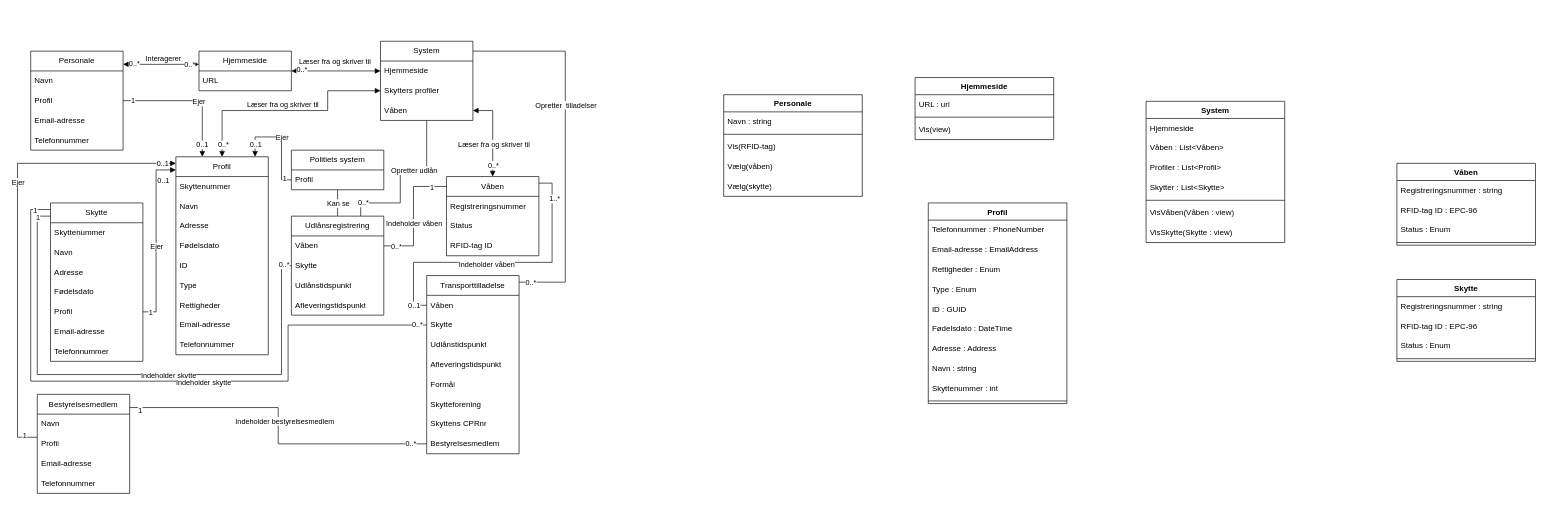
Earlier version of the draw.io diagram Class Model.drawio (BjornGrylls/Svendeprove-OOAD). Source tidied: cells renumbered, new cells numbered last; positions are measured from the earlier drawing's top-left corner, leaving out a move shared by most shapes. Both pictures are drawn from the tidied source at 66%, with x=0, y=0 at pixel (17, 41).
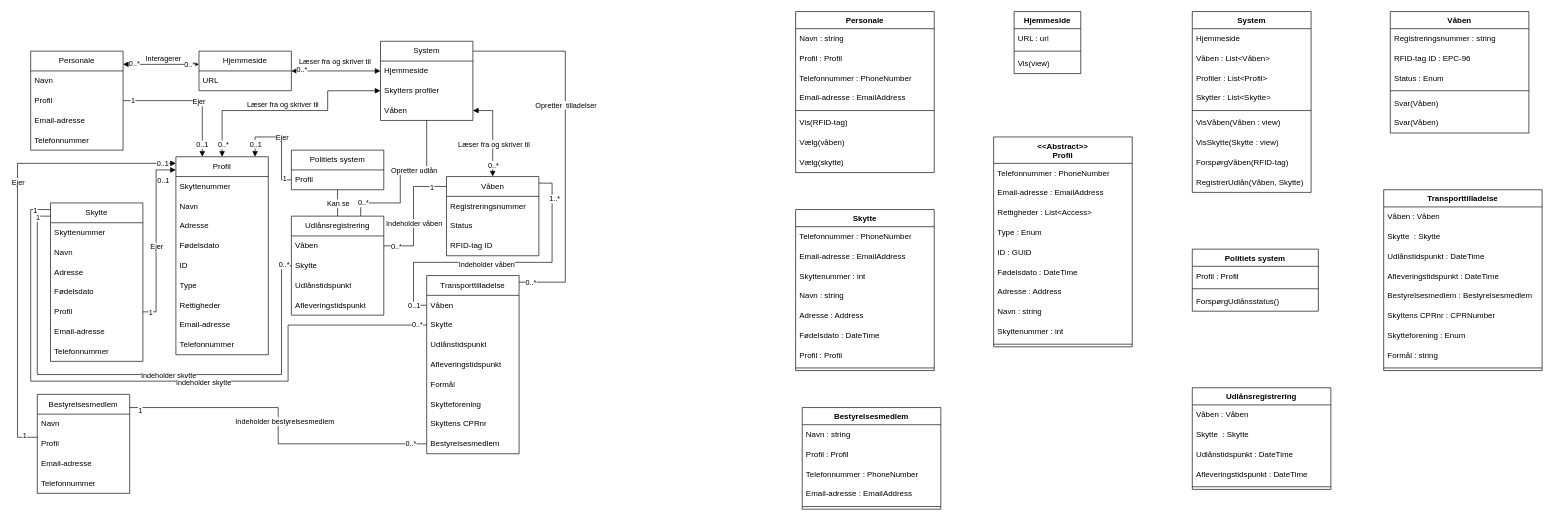
The same page after the edit.

The edit, as a diff of the source:
```diff
@@
-    <mxCell id="113" value="Profil" style="swimlane;fontStyle=1;align=center;verticalAlign=top;horizontal=1;startSize=26;whiteSpace=wrap;html=1;" parent="1" vertex="1">
-      <mxGeometry x="1380" y="245" width="210" height="304" as="geometry" />
+    <mxCell id="113" value="&amp;lt;&amp;lt;Abstract&amp;gt;&amp;gt;&lt;br&gt;Profil" style="swimlane;fontStyle=1;align=center;verticalAlign=top;horizontal=1;startSize=40;whiteSpace=wrap;html=1;" parent="1" vertex="1">
+      <mxGeometry x="1479" y="145" width="210" height="318" as="geometry" />
     </mxCell>
     <mxCell id="114" value="Telefonnummer : PhoneNumber" style="text;strokeColor=none;fillColor=none;align=left;verticalAlign=middle;spacingLeft=4;spacingRight=4;overflow=hidden;whiteSpace=wrap;html=1;" parent="113" vertex="1">
-      <mxGeometry y="26" width="210" height="30" as="geometry" />
+      <mxGeometry y="40" width="210" height="30" as="geometry" />
     </mxCell>
     <mxCell id="115" value="Email-adresse : EmailAddress" style="text;strokeColor=none;fillColor=none;align=left;verticalAlign=middle;spacingLeft=4;spacingRight=4;overflow=hidden;whiteSpace=wrap;html=1;" parent="113" vertex="1">
-      <mxGeometry y="56" width="210" height="30" as="geometry" />
+      <mxGeometry y="70" width="210" height="30" as="geometry" />
     </mxCell>
-    <mxCell id="116" value="Rettigheder : Enum" style="text;strokeColor=none;fillColor=none;align=left;verticalAlign=middle;spacingLeft=4;spacingRight=4;overflow=hidden;whiteSpace=wrap;html=1;" parent="113" vertex="1">
-      <mxGeometry y="86" width="210" height="30" as="geometry" />
+    <mxCell id="116" value="Rettigheder : List&amp;lt;Access&amp;gt;" style="text;strokeColor=none;fillColor=none;align=left;verticalAlign=middle;spacingLeft=4;spacingRight=4;overflow=hidden;whiteSpace=wrap;html=1;" parent="113" vertex="1">
+      <mxGeometry y="100" width="210" height="30" as="geometry" />
     </mxCell>
     <mxCell id="117" value="Type : Enum" style="text;strokeColor=none;fillColor=none;align=left;verticalAlign=middle;spacingLeft=4;spacingRight=4;overflow=hidden;whiteSpace=wrap;html=1;" parent="113" vertex="1">
-      <mxGeometry y="116" width="210" height="30" as="geometry" />
+      <mxGeometry y="130" width="210" height="30" as="geometry" />
     </mxCell>
     <mxCell id="118" value="ID : GUID" style="text;strokeColor=none;fillColor=none;align=left;verticalAlign=middle;spacingLeft=4;spacingRight=4;overflow=hidden;whiteSpace=wrap;html=1;" parent="113" vertex="1">
-      <mxGeometry y="146" width="210" height="30" as="geometry" />
+      <mxGeometry y="160" width="210" height="30" as="geometry" />
     </mxCell>
     <mxCell id="119" value="Fødelsdato : DateTime" style="text;strokeColor=none;fillColor=none;align=left;verticalAlign=middle;spacingLeft=4;spacingRight=4;overflow=hidden;whiteSpace=wrap;html=1;" parent="113" vertex="1">
-      <mxGeometry y="176" width="210" height="30" as="geometry" />
+      <mxGeometry y="190" width="210" height="30" as="geometry" />
     </mxCell>
     <mxCell id="120" value="Adresse : Address" style="text;strokeColor=none;fillColor=none;align=left;verticalAlign=middle;spacingLeft=4;spacingRight=4;overflow=hidden;whiteSpace=wrap;html=1;" parent="113" vertex="1">
-      <mxGeometry y="206" width="210" height="30" as="geometry" />
+      <mxGeometry y="220" width="210" height="30" as="geometry" />
     </mxCell>
     <mxCell id="121" value="Navn : string" style="text;strokeColor=none;fillColor=none;align=left;verticalAlign=middle;spacingLeft=4;spacingRight=4;overflow=hidden;whiteSpace=wrap;html=1;" parent="113" vertex="1">
-      <mxGeometry y="236" width="210" height="30" as="geometry" />
+      <mxGeometry y="250" width="210" height="30" as="geometry" />
     </mxCell>
     <mxCell id="122" value="Skyttenummer : int" style="text;strokeColor=none;fillColor=none;align=left;verticalAlign=middle;spacingLeft=4;spacingRight=4;overflow=hidden;whiteSpace=wrap;html=1;" parent="113" vertex="1">
-      <mxGeometry y="266" width="210" height="30" as="geometry" />
+      <mxGeometry y="280" width="210" height="30" as="geometry" />
     </mxCell>
     <mxCell id="123" style="line;strokeWidth=1;fillColor=none;align=left;verticalAlign=middle;spacingTop=-1;spacingLeft=3;spacingRight=3;labelPosition=right;strokeColor=inherit;" parent="113" vertex="1">
-      <mxGeometry y="296" width="210" height="8" as="geometry" />
+      <mxGeometry y="310" width="210" height="8" as="geometry" />
     </mxCell>
     <mxCell id="124" value="Hjemmeside" style="swimlane;fontStyle=1;align=center;verticalAlign=top;horizontal=1;startSize=26;whiteSpace=wrap;html=1;" parent="1" vertex="1">
-      <mxGeometry x="1360" y="55" width="210" height="94" as="geometry" />
+      <mxGeometry x="1510" y="-45" width="101" height="94" as="geometry" />
     </mxCell>
     <mxCell id="125" value="URL : url" style="text;strokeColor=none;fillColor=none;align=left;verticalAlign=middle;spacingLeft=4;spacingRight=4;overflow=hidden;whiteSpace=wrap;html=1;" parent="124" vertex="1">
-      <mxGeometry y="26" width="210" height="30" as="geometry" />
+      <mxGeometry y="26" width="101" height="30" as="geometry" />
     </mxCell>
     <mxCell id="126" style="line;strokeWidth=1;fillColor=none;align=left;verticalAlign=middle;spacingTop=-1;spacingLeft=3;spacingRight=3;labelPosition=right;strokeColor=inherit;" parent="124" vertex="1">
-      <mxGeometry y="56" width="210" height="8" as="geometry" />
+      <mxGeometry y="56" width="101" height="8" as="geometry" />
     </mxCell>
     <mxCell id="127" value="Vis(view)" style="text;strokeColor=none;fillColor=none;align=left;verticalAlign=middle;spacingLeft=4;spacingRight=4;overflow=hidden;whiteSpace=wrap;html=1;" parent="124" vertex="1">
-      <mxGeometry y="64" width="210" height="30" as="geometry" />
+      <mxGeometry y="64" width="101" height="30" as="geometry" />
     </mxCell>
     <mxCell id="128" value="Personale" style="swimlane;fontStyle=1;align=center;verticalAlign=top;horizontal=1;startSize=26;whiteSpace=wrap;html=1;" parent="1" vertex="1">
-      <mxGeometry x="1070" y="81" width="210" height="154" as="geometry" />
+      <mxGeometry x="1179" y="-45" width="210" height="244" as="geometry" />
     </mxCell>
@@
+    <mxCell id="152" value="Profil : Profil" style="text;strokeColor=none;fillColor=none;align=left;verticalAlign=middle;spacingLeft=4;spacingRight=4;overflow=hidden;whiteSpace=wrap;html=1;" parent="128" vertex="1">
+      <mxGeometry y="56" width="210" height="30" as="geometry" />
+    </mxCell>
+    <mxCell id="153" value="Telefonnummer : PhoneNumber" style="text;strokeColor=none;fillColor=none;align=left;verticalAlign=middle;spacingLeft=4;spacingRight=4;overflow=hidden;whiteSpace=wrap;html=1;" parent="128" vertex="1">
+      <mxGeometry y="86" width="210" height="30" as="geometry" />
+    </mxCell>
+    <mxCell id="154" value="Email-adresse : EmailAddress" style="text;strokeColor=none;fillColor=none;align=left;verticalAlign=middle;spacingLeft=4;spacingRight=4;overflow=hidden;whiteSpace=wrap;html=1;" parent="128" vertex="1">
+      <mxGeometry y="116" width="210" height="30" as="geometry" />
+    </mxCell>
     <mxCell id="130" style="line;strokeWidth=1;fillColor=none;align=left;verticalAlign=middle;spacingTop=-1;spacingLeft=3;spacingRight=3;labelPosition=right;strokeColor=inherit;" parent="128" vertex="1">
-      <mxGeometry y="56" width="210" height="8" as="geometry" />
+      <mxGeometry y="146" width="210" height="8" as="geometry" />
     </mxCell>
     <mxCell id="131" value="Vis(RFID-tag)" style="text;strokeColor=none;fillColor=none;align=left;verticalAlign=middle;spacingLeft=4;spacingRight=4;overflow=hidden;whiteSpace=wrap;html=1;" parent="128" vertex="1">
-      <mxGeometry y="64" width="210" height="30" as="geometry" />
+      <mxGeometry y="154" width="210" height="30" as="geometry" />
     </mxCell>
     <mxCell id="132" value="Vælg(våben)" style="text;strokeColor=none;fillColor=none;align=left;verticalAlign=middle;spacingLeft=4;spacingRight=4;overflow=hidden;whiteSpace=wrap;html=1;" parent="128" vertex="1">
-      <mxGeometry y="94" width="210" height="30" as="geometry" />
+      <mxGeometry y="184" width="210" height="30" as="geometry" />
     </mxCell>
     <mxCell id="133" value="Vælg(skytte)" style="text;strokeColor=none;fillColor=none;align=left;verticalAlign=middle;spacingLeft=4;spacingRight=4;overflow=hidden;whiteSpace=wrap;html=1;" parent="128" vertex="1">
-      <mxGeometry y="124" width="210" height="30" as="geometry" />
+      <mxGeometry y="214" width="210" height="30" as="geometry" />
     </mxCell>
     <mxCell id="134" value="System" style="swimlane;fontStyle=1;align=center;verticalAlign=top;horizontal=1;startSize=26;whiteSpace=wrap;html=1;" parent="1" vertex="1">
-      <mxGeometry x="1710" y="91" width="210" height="214" as="geometry" />
+      <mxGeometry x="1780" y="-45" width="180" height="274" as="geometry" />
     </mxCell>
     <mxCell id="135" value="Hjemmeside" style="text;strokeColor=none;fillColor=none;align=left;verticalAlign=middle;spacingLeft=4;spacingRight=4;overflow=hidden;whiteSpace=wrap;html=1;" parent="134" vertex="1">
-      <mxGeometry y="26" width="210" height="30" as="geometry" />
+      <mxGeometry y="26" width="180" height="30" as="geometry" />
     </mxCell>
     <mxCell id="136" value="Våben : List&amp;lt;Våben&amp;gt;" style="text;strokeColor=none;fillColor=none;align=left;verticalAlign=middle;spacingLeft=4;spacingRight=4;overflow=hidden;whiteSpace=wrap;html=1;" parent="134" vertex="1">
-      <mxGeometry y="56" width="210" height="30" as="geometry" />
+      <mxGeometry y="56" width="180" height="30" as="geometry" />
     </mxCell>
     <mxCell id="137" value="Profiler : List&amp;lt;Profil&amp;gt;" style="text;strokeColor=none;fillColor=none;align=left;verticalAlign=middle;spacingLeft=4;spacingRight=4;overflow=hidden;whiteSpace=wrap;html=1;" parent="134" vertex="1">
-      <mxGeometry y="86" width="210" height="30" as="geometry" />
+      <mxGeometry y="86" width="180" height="30" as="geometry" />
     </mxCell>
     <mxCell id="138" value="Skytter : List&amp;lt;Skytte&amp;gt;" style="text;strokeColor=none;fillColor=none;align=left;verticalAlign=middle;spacingLeft=4;spacingRight=4;overflow=hidden;whiteSpace=wrap;html=1;" parent="134" vertex="1">
-      <mxGeometry y="116" width="210" height="30" as="geometry" />
+      <mxGeometry y="116" width="180" height="30" as="geometry" />
     </mxCell>
     <mxCell id="139" style="line;strokeWidth=1;fillColor=none;align=left;verticalAlign=middle;spacingTop=-1;spacingLeft=3;spacingRight=3;labelPosition=right;strokeColor=inherit;" parent="134" vertex="1">
-      <mxGeometry y="146" width="210" height="8" as="geometry" />
+      <mxGeometry y="146" width="180" height="8" as="geometry" />
     </mxCell>
     <mxCell id="140" value="VisVåben(Våben : view)" style="text;strokeColor=none;fillColor=none;align=left;verticalAlign=middle;spacingLeft=4;spacingRight=4;overflow=hidden;whiteSpace=wrap;html=1;" parent="134" vertex="1">
-      <mxGeometry y="154" width="210" height="30" as="geometry" />
+      <mxGeometry y="154" width="180" height="30" as="geometry" />
     </mxCell>
     <mxCell id="141" value="VisSkytte(Skytte : view)" style="text;strokeColor=none;fillColor=none;align=left;verticalAlign=middle;spacingLeft=4;spacingRight=4;overflow=hidden;whiteSpace=wrap;html=1;" parent="134" vertex="1">
-      <mxGeometry y="184" width="210" height="30" as="geometry" />
+      <mxGeometry y="184" width="180" height="30" as="geometry" />
     </mxCell>
+    <mxCell id="155" value="ForspørgVåben(RFID-tag)" style="text;strokeColor=none;fillColor=none;align=left;verticalAlign=middle;spacingLeft=4;spacingRight=4;overflow=hidden;whiteSpace=wrap;html=1;" parent="134" vertex="1">
+      <mxGeometry y="214" width="180" height="30" as="geometry" />
+    </mxCell>
+    <mxCell id="156" value="RegistrerUdlån(Våben, Skytte)" style="text;strokeColor=none;fillColor=none;align=left;verticalAlign=middle;spacingLeft=4;spacingRight=4;overflow=hidden;whiteSpace=wrap;html=1;" parent="134" vertex="1">
+      <mxGeometry y="244" width="180" height="30" as="geometry" />
+    </mxCell>
     <mxCell id="142" value="Våben" style="swimlane;fontStyle=1;align=center;verticalAlign=top;horizontal=1;startSize=26;whiteSpace=wrap;html=1;" parent="1" vertex="1">
-      <mxGeometry x="2090" y="185" width="210" height="124" as="geometry" />
+      <mxGeometry x="2080" y="-45" width="210" height="184" as="geometry" />
     </mxCell>
@@
+    <mxCell id="157" value="Svar(Våben)" style="text;strokeColor=none;fillColor=none;align=left;verticalAlign=middle;spacingLeft=4;spacingRight=4;overflow=hidden;whiteSpace=wrap;html=1;" parent="142" vertex="1">
+      <mxGeometry y="124" width="210" height="30" as="geometry" />
+    </mxCell>
+    <mxCell id="158" value="Svar(Våben)" style="text;strokeColor=none;fillColor=none;align=left;verticalAlign=middle;spacingLeft=4;spacingRight=4;overflow=hidden;whiteSpace=wrap;html=1;" parent="142" vertex="1">
+      <mxGeometry y="154" width="210" height="30" as="geometry" />
+    </mxCell>
     <mxCell id="147" value="Skytte" style="swimlane;fontStyle=1;align=center;verticalAlign=top;horizontal=1;startSize=26;whiteSpace=wrap;html=1;" parent="1" vertex="1">
-      <mxGeometry x="2090" y="361" width="210" height="124" as="geometry" />
+      <mxGeometry x="1179" y="255" width="210" height="244" as="geometry" />
     </mxCell>
-    <mxCell id="148" value="Registreringsnummer : string" style="text;strokeColor=none;fillColor=none;align=left;verticalAlign=middle;spacingLeft=4;spacingRight=4;overflow=hidden;whiteSpace=wrap;html=1;" parent="147" vertex="1">
-      <mxGeometry y="26" width="210" height="30" as="geometry" />
-    </mxCell>
-    <mxCell id="149" value="RFID-tag ID : EPC-96" style="text;strokeColor=none;fillColor=none;align=left;verticalAlign=middle;spacingLeft=4;spacingRight=4;overflow=hidden;whiteSpace=wrap;html=1;" parent="147" vertex="1">
-      <mxGeometry y="56" width="210" height="30" as="geometry" />
-    </mxCell>
-    <mxCell id="150" value="Status : Enum" style="text;strokeColor=none;fillColor=none;align=left;verticalAlign=middle;spacingLeft=4;spacingRight=4;overflow=hidden;whiteSpace=wrap;html=1;" parent="147" vertex="1">
-      <mxGeometry y="86" width="210" height="30" as="geometry" />
-    </mxCell>
+    <mxCell id="159" value="Telefonnummer : PhoneNumber" style="text;strokeColor=none;fillColor=none;align=left;verticalAlign=middle;spacingLeft=4;spacingRight=4;overflow=hidden;whiteSpace=wrap;html=1;" parent="147" vertex="1">
+      <mxGeometry y="26" width="210" height="30" as="geometry" />
+    </mxCell>
+    <mxCell id="160" value="Email-adresse : EmailAddress" style="text;strokeColor=none;fillColor=none;align=left;verticalAlign=middle;spacingLeft=4;spacingRight=4;overflow=hidden;whiteSpace=wrap;html=1;" parent="147" vertex="1">
+      <mxGeometry y="56" width="210" height="30" as="geometry" />
+    </mxCell>
+    <mxCell id="161" value="Skyttenummer : int" style="text;strokeColor=none;fillColor=none;align=left;verticalAlign=middle;spacingLeft=4;spacingRight=4;overflow=hidden;whiteSpace=wrap;html=1;" parent="147" vertex="1">
+      <mxGeometry y="86" width="210" height="30" as="geometry" />
+    </mxCell>
+    <mxCell id="162" value="Navn : string" style="text;strokeColor=none;fillColor=none;align=left;verticalAlign=middle;spacingLeft=4;spacingRight=4;overflow=hidden;whiteSpace=wrap;html=1;" parent="147" vertex="1">
+      <mxGeometry y="116" width="210" height="30" as="geometry" />
+    </mxCell>
+    <mxCell id="163" value="Adresse : Address" style="text;strokeColor=none;fillColor=none;align=left;verticalAlign=middle;spacingLeft=4;spacingRight=4;overflow=hidden;whiteSpace=wrap;html=1;" parent="147" vertex="1">
+      <mxGeometry y="146" width="210" height="30" as="geometry" />
+    </mxCell>
+    <mxCell id="164" value="Fødelsdato : DateTime" style="text;strokeColor=none;fillColor=none;align=left;verticalAlign=middle;spacingLeft=4;spacingRight=4;overflow=hidden;whiteSpace=wrap;html=1;" parent="147" vertex="1">
+      <mxGeometry y="176" width="210" height="30" as="geometry" />
+    </mxCell>
+    <mxCell id="165" value="Profil : Profil" style="text;strokeColor=none;fillColor=none;align=left;verticalAlign=middle;spacingLeft=4;spacingRight=4;overflow=hidden;whiteSpace=wrap;html=1;" parent="147" vertex="1">
+      <mxGeometry y="206" width="210" height="30" as="geometry" />
+    </mxCell>
     <mxCell id="151" style="line;strokeWidth=1;fillColor=none;align=left;verticalAlign=middle;spacingTop=-1;spacingLeft=3;spacingRight=3;labelPosition=right;strokeColor=inherit;" parent="147" vertex="1">
-      <mxGeometry y="116" width="210" height="8" as="geometry" />
+      <mxGeometry y="236" width="210" height="8" as="geometry" />
     </mxCell>
+    <mxCell id="166" value="Politiets system" style="swimlane;fontStyle=1;align=center;verticalAlign=top;horizontal=1;startSize=26;whiteSpace=wrap;html=1;" parent="1" vertex="1">
+      <mxGeometry x="1780" y="315" width="191" height="94" as="geometry" />
+    </mxCell>
+    <mxCell id="167" value="Profil : Profil" style="text;strokeColor=none;fillColor=none;align=left;verticalAlign=middle;spacingLeft=4;spacingRight=4;overflow=hidden;whiteSpace=wrap;html=1;" parent="166" vertex="1">
+      <mxGeometry y="26" width="191" height="30" as="geometry" />
+    </mxCell>
+    <mxCell id="168" style="line;strokeWidth=1;fillColor=none;align=left;verticalAlign=middle;spacingTop=-1;spacingLeft=3;spacingRight=3;labelPosition=right;strokeColor=inherit;" parent="166" vertex="1">
+      <mxGeometry y="56" width="191" height="8" as="geometry" />
+    </mxCell>
+    <mxCell id="169" value="ForspørgUdlånsstatus()" style="text;strokeColor=none;fillColor=none;align=left;verticalAlign=middle;spacingLeft=4;spacingRight=4;overflow=hidden;whiteSpace=wrap;html=1;" parent="166" vertex="1">
+      <mxGeometry y="64" width="191" height="30" as="geometry" />
+    </mxCell>
+    <mxCell id="170" value="Bestyrelsesmedlem" style="swimlane;fontStyle=1;align=center;verticalAlign=top;horizontal=1;startSize=26;whiteSpace=wrap;html=1;" parent="1" vertex="1">
+      <mxGeometry x="1189" y="555" width="210" height="154" as="geometry" />
+    </mxCell>
+    <mxCell id="171" value="Navn : string" style="text;strokeColor=none;fillColor=none;align=left;verticalAlign=middle;spacingLeft=4;spacingRight=4;overflow=hidden;whiteSpace=wrap;html=1;" parent="170" vertex="1">
+      <mxGeometry y="26" width="210" height="30" as="geometry" />
+    </mxCell>
+    <mxCell id="172" value="Profil : Profil" style="text;strokeColor=none;fillColor=none;align=left;verticalAlign=middle;spacingLeft=4;spacingRight=4;overflow=hidden;whiteSpace=wrap;html=1;" parent="170" vertex="1">
+      <mxGeometry y="56" width="210" height="30" as="geometry" />
+    </mxCell>
+    <mxCell id="173" value="Telefonnummer : PhoneNumber" style="text;strokeColor=none;fillColor=none;align=left;verticalAlign=middle;spacingLeft=4;spacingRight=4;overflow=hidden;whiteSpace=wrap;html=1;" parent="170" vertex="1">
+      <mxGeometry y="86" width="210" height="30" as="geometry" />
+    </mxCell>
+    <mxCell id="174" value="Email-adresse : EmailAddress" style="text;strokeColor=none;fillColor=none;align=left;verticalAlign=middle;spacingLeft=4;spacingRight=4;overflow=hidden;whiteSpace=wrap;html=1;" parent="170" vertex="1">
+      <mxGeometry y="116" width="210" height="30" as="geometry" />
+    </mxCell>
+    <mxCell id="175" style="line;strokeWidth=1;fillColor=none;align=left;verticalAlign=middle;spacingTop=-1;spacingLeft=3;spacingRight=3;labelPosition=right;strokeColor=inherit;" parent="170" vertex="1">
+      <mxGeometry y="146" width="210" height="8" as="geometry" />
+    </mxCell>
+    <mxCell id="176" value="Transporttilladelse" style="swimlane;fontStyle=1;align=center;verticalAlign=top;horizontal=1;startSize=26;whiteSpace=wrap;html=1;" parent="1" vertex="1">
+      <mxGeometry x="2070" y="225" width="240" height="274" as="geometry" />
+    </mxCell>
+    <mxCell id="177" value="Våben : Våben" style="text;strokeColor=none;fillColor=none;align=left;verticalAlign=middle;spacingLeft=4;spacingRight=4;overflow=hidden;whiteSpace=wrap;html=1;" parent="176" vertex="1">
+      <mxGeometry y="26" width="240" height="30" as="geometry" />
+    </mxCell>
+    <mxCell id="178" value="Skytte&amp;nbsp; : Skytte" style="text;strokeColor=none;fillColor=none;align=left;verticalAlign=middle;spacingLeft=4;spacingRight=4;overflow=hidden;whiteSpace=wrap;html=1;" parent="176" vertex="1">
+      <mxGeometry y="56" width="240" height="30" as="geometry" />
+    </mxCell>
+    <mxCell id="179" value="Udlånstidspunkt : DateTime" style="text;strokeColor=none;fillColor=none;align=left;verticalAlign=middle;spacingLeft=4;spacingRight=4;overflow=hidden;whiteSpace=wrap;html=1;" parent="176" vertex="1">
+      <mxGeometry y="86" width="240" height="30" as="geometry" />
+    </mxCell>
+    <mxCell id="180" value="Afleveringstidspunkt : DateTime" style="text;strokeColor=none;fillColor=none;align=left;verticalAlign=middle;spacingLeft=4;spacingRight=4;overflow=hidden;whiteSpace=wrap;html=1;" parent="176" vertex="1">
+      <mxGeometry y="116" width="240" height="30" as="geometry" />
+    </mxCell>
+    <mxCell id="181" value="Bestyrelsesmedlem :&amp;nbsp;Bestyrelsesmedlem" style="text;strokeColor=none;fillColor=none;align=left;verticalAlign=middle;spacingLeft=4;spacingRight=4;overflow=hidden;whiteSpace=wrap;html=1;" parent="176" vertex="1">
+      <mxGeometry y="146" width="240" height="30" as="geometry" />
+    </mxCell>
+    <mxCell id="182" value="Skyttens CPRnr : CPRNumber" style="text;strokeColor=none;fillColor=none;align=left;verticalAlign=middle;spacingLeft=4;spacingRight=4;overflow=hidden;whiteSpace=wrap;html=1;" parent="176" vertex="1">
+      <mxGeometry y="176" width="240" height="30" as="geometry" />
+    </mxCell>
+    <mxCell id="183" value="Skytteforening : Enum" style="text;strokeColor=none;fillColor=none;align=left;verticalAlign=middle;spacingLeft=4;spacingRight=4;overflow=hidden;whiteSpace=wrap;html=1;" parent="176" vertex="1">
+      <mxGeometry y="206" width="240" height="30" as="geometry" />
+    </mxCell>
+    <mxCell id="184" value="Formål : string" style="text;strokeColor=none;fillColor=none;align=left;verticalAlign=middle;spacingLeft=4;spacingRight=4;overflow=hidden;whiteSpace=wrap;html=1;" parent="176" vertex="1">
+      <mxGeometry y="236" width="240" height="30" as="geometry" />
+    </mxCell>
+    <mxCell id="185" style="line;strokeWidth=1;fillColor=none;align=left;verticalAlign=middle;spacingTop=-1;spacingLeft=3;spacingRight=3;labelPosition=right;strokeColor=inherit;" parent="176" vertex="1">
+      <mxGeometry y="266" width="240" height="8" as="geometry" />
+    </mxCell>
+    <mxCell id="186" value="Udlånsregistrering" style="swimlane;fontStyle=1;align=center;verticalAlign=top;horizontal=1;startSize=26;whiteSpace=wrap;html=1;" parent="1" vertex="1">
+      <mxGeometry x="1780" y="525" width="210" height="154" as="geometry" />
+    </mxCell>
+    <mxCell id="187" value="Våben : Våben" style="text;strokeColor=none;fillColor=none;align=left;verticalAlign=middle;spacingLeft=4;spacingRight=4;overflow=hidden;whiteSpace=wrap;html=1;" parent="186" vertex="1">
+      <mxGeometry y="26" width="210" height="30" as="geometry" />
+    </mxCell>
+    <mxCell id="188" value="Skytte&amp;nbsp; : Skytte" style="text;strokeColor=none;fillColor=none;align=left;verticalAlign=middle;spacingLeft=4;spacingRight=4;overflow=hidden;whiteSpace=wrap;html=1;" parent="186" vertex="1">
+      <mxGeometry y="56" width="210" height="30" as="geometry" />
+    </mxCell>
+    <mxCell id="189" value="Udlånstidspunkt : DateTime" style="text;strokeColor=none;fillColor=none;align=left;verticalAlign=middle;spacingLeft=4;spacingRight=4;overflow=hidden;whiteSpace=wrap;html=1;" parent="186" vertex="1">
+      <mxGeometry y="86" width="210" height="30" as="geometry" />
+    </mxCell>
+    <mxCell id="190" value="Afleveringstidspunkt : DateTime" style="text;strokeColor=none;fillColor=none;align=left;verticalAlign=middle;spacingLeft=4;spacingRight=4;overflow=hidden;whiteSpace=wrap;html=1;" parent="186" vertex="1">
+      <mxGeometry y="116" width="210" height="30" as="geometry" />
+    </mxCell>
+    <mxCell id="191" style="line;strokeWidth=1;fillColor=none;align=left;verticalAlign=middle;spacingTop=-1;spacingLeft=3;spacingRight=3;labelPosition=right;strokeColor=inherit;" parent="186" vertex="1">
+      <mxGeometry y="146" width="210" height="8" as="geometry" />
+    </mxCell>
```
